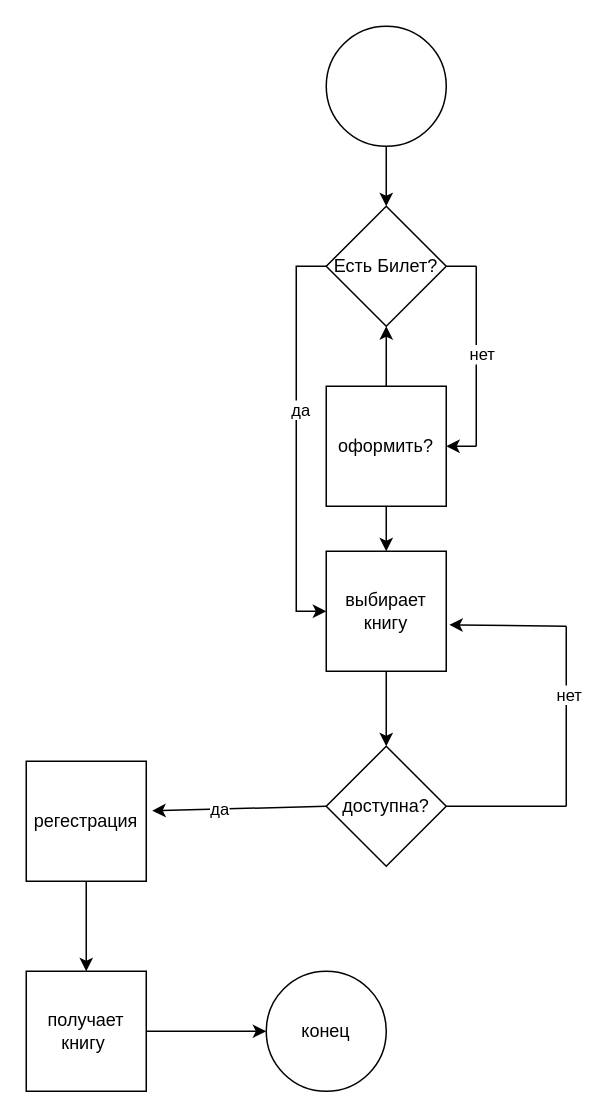
Before: prac1dia.drawio in dbldott/PracModule12, a draw.io diagram. Source tidied: cells renumbered, new cells numbered last; positions are measured from the earlier drawing's top-left corner, leaving out a move shared by most shapes. Both pictures are drawn from the tidied source at 150%, with x=0, y=0 at pixel (26, 26).
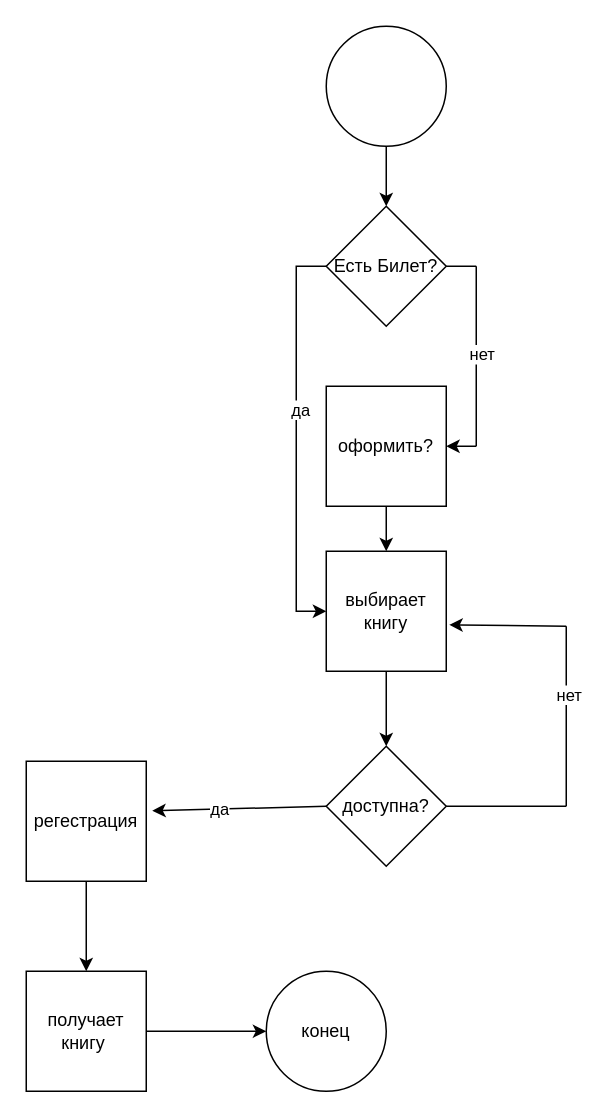
Above is the later version.

Unchanged cells that the change refers to:
```xml
<mxCell id="6" value="Есть Билет?" style="rhombus;whiteSpace=wrap;html=1;" parent="1" vertex="1">
  <mxGeometry x="200" y="120" width="80" height="80" as="geometry" />
</mxCell>
<mxCell id="11" value="оформить?" style="whiteSpace=wrap;html=1;" parent="1" vertex="1">
  <mxGeometry x="200" y="240" width="80" height="80" as="geometry" />
</mxCell>
```

Change to the diagram source:
```diff
@@
-    <mxCell id="9" style="edgeStyle=orthogonalEdgeStyle;rounded=0;jettySize=auto;html=1;entryX=0.5;entryY=1;entryDx=0;entryDy=0;" parent="1" edge="1" source="11" target="6">
-      <mxGeometry relative="1" as="geometry" />
-    </mxCell>
```
